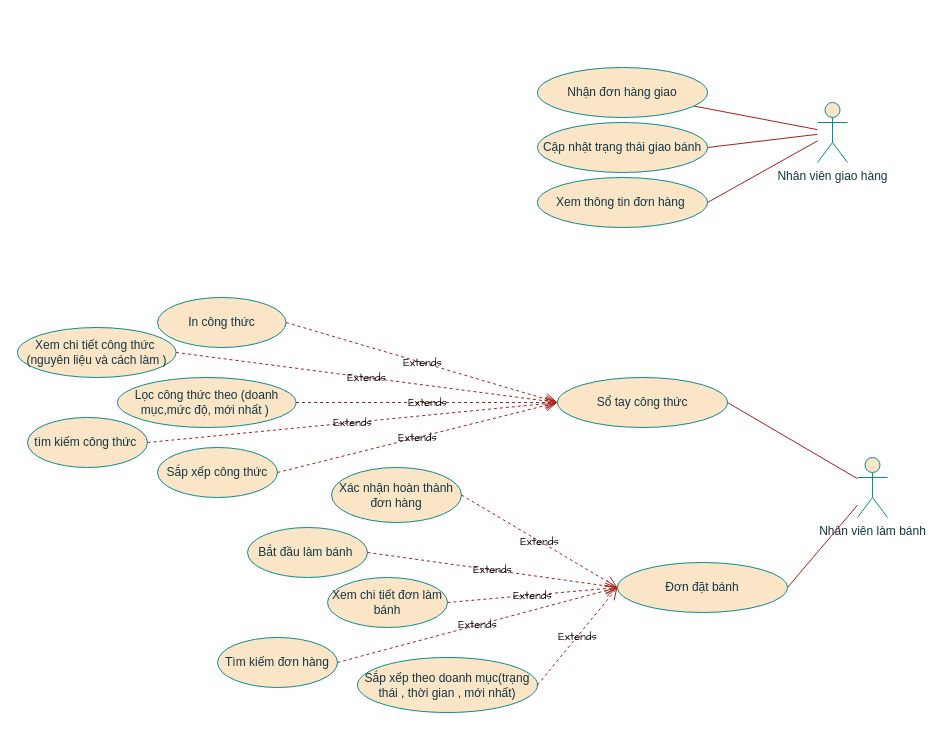
This is page "Nhân viên" (6 of 6) of Sơ đồ/UseCaseBakeryLuna.diagram.drawio from Thong5279/LunaBakeryDeploy, a draw.io file, before an edit. Source tidied: cells renumbered, new cells numbered last; positions are measured from the earlier drawing's top-left corner, leaving out a move shared by most shapes. Both pictures are drawn from the tidied source at 100%, with x=0, y=0 at pixel (17, 67).
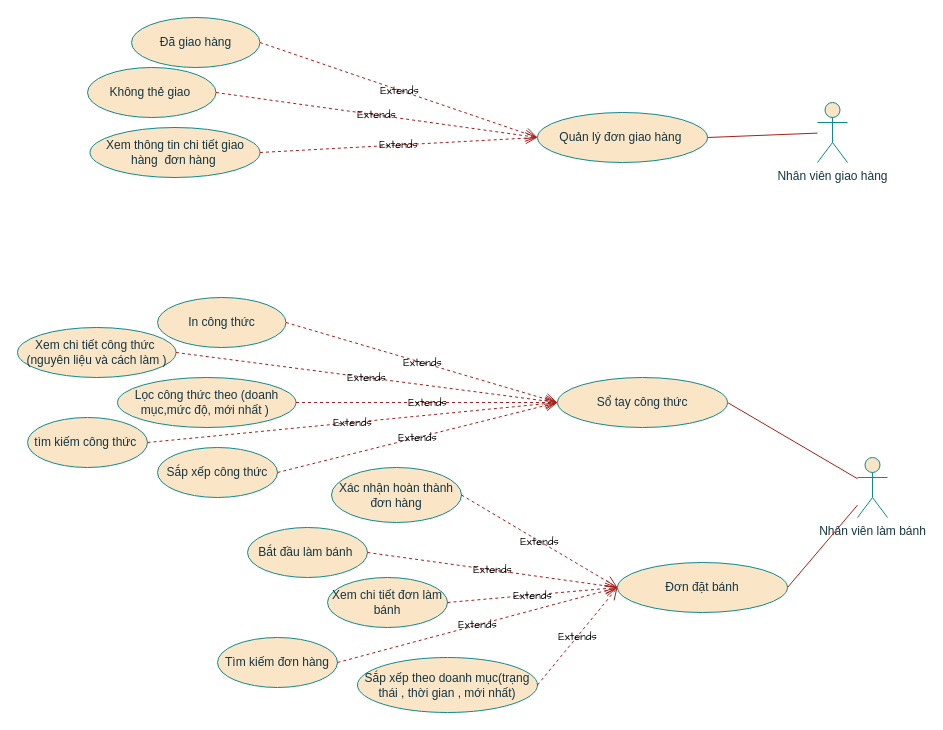
Above is the later version.

Commit message (it also covers changes not shown here):
nhân viên giao hàng 2.0

Unchanged cells that the change refers to:
```xml
<mxCell id="3" value="Nhân viên giao hàng" style="shape=umlActor;verticalLabelPosition=bottom;verticalAlign=top;html=1;labelBackgroundColor=none;fillColor=#FAE5C7;strokeColor=#0F8B8D;fontColor=#143642;" parent="1" vertex="1">
  <mxGeometry x="800" y="35" width="30" height="60" as="geometry" />
</mxCell>
```

Change to the diagram source:
```diff
@@
-    <mxCell id="6" style="endArrow=none;html=1;labelBackgroundColor=none;strokeColor=#A8201A;fontColor=default;" parent="1" edge="1" source="11" target="3">
-      <mxGeometry relative="1" as="geometry" />
-    </mxCell>
@@
-    <mxCell id="8" style="endArrow=none;html=1;exitX=1;exitY=0.5;exitDx=0;exitDy=0;labelBackgroundColor=none;strokeColor=#A8201A;fontColor=default;" parent="1" edge="1" source="10" target="3">
-      <mxGeometry relative="1" as="geometry" />
-    </mxCell>
-    <mxCell id="9" value="Cập nhật trạng thái giao bánh" style="ellipse;whiteSpace=wrap;html=1;labelBackgroundColor=none;fillColor=#FAE5C7;strokeColor=#0F8B8D;fontColor=#143642;" parent="1" vertex="1">
-      <mxGeometry x="520" y="55" width="170" height="50" as="geometry" />
+    <mxCell id="9" value="Quản lý đơn giao hàng&amp;nbsp;" style="ellipse;whiteSpace=wrap;html=1;labelBackgroundColor=none;fillColor=#FAE5C7;strokeColor=#0F8B8D;fontColor=#143642;" parent="1" vertex="1">
+      <mxGeometry x="520" y="45" width="170" height="50" as="geometry" />
     </mxCell>
-    <mxCell id="10" value="Xem thông tin đơn hàng&amp;nbsp;" style="ellipse;whiteSpace=wrap;html=1;labelBackgroundColor=none;fillColor=#FAE5C7;strokeColor=#0F8B8D;fontColor=#143642;" parent="1" vertex="1">
-      <mxGeometry x="520" y="110" width="170" height="50" as="geometry" />
+    <mxCell id="10" value="Xem thông tin chi tiết giao hàng&amp;nbsp; đơn hàng&amp;nbsp;" style="ellipse;whiteSpace=wrap;html=1;labelBackgroundColor=none;fillColor=#FAE5C7;strokeColor=#0F8B8D;fontColor=#143642;" parent="1" vertex="1">
+      <mxGeometry x="72.5" y="60" width="170" height="50" as="geometry" />
     </mxCell>
-    <mxCell id="11" value="Nhận đơn hàng giao" style="ellipse;whiteSpace=wrap;html=1;labelBackgroundColor=none;fillColor=#FAE5C7;strokeColor=#0F8B8D;fontColor=#143642;" parent="1" vertex="1">
-      <mxGeometry x="520" width="170" height="50" as="geometry" />
-    </mxCell>
@@
+    <mxCell id="34" value="Đã giao hàng" style="ellipse;whiteSpace=wrap;html=1;labelBackgroundColor=none;fillColor=#FAE5C7;strokeColor=#0F8B8D;fontColor=#143642;" parent="1" vertex="1">
+      <mxGeometry x="114" y="-50" width="128.5" height="50" as="geometry" />
+    </mxCell>
+    <mxCell id="35" value="Extends" style="endArrow=open;endSize=10;endFill=0;html=1;rounded=0;hachureGap=4;fontFamily=Architects Daughter;exitX=1;exitY=0.5;exitDx=0;exitDy=0;entryX=0;entryY=0.5;entryDx=0;entryDy=0;startFill=0;startArrow=none;labelBackgroundColor=none;strokeColor=#A8201A;fontColor=default;dashed=1;" parent="1" edge="1" source="34" target="9">
+      <mxGeometry relative="1" as="geometry" />
+    </mxCell>
+    <mxCell id="36" value="Không thẻ giao&amp;nbsp;" style="ellipse;whiteSpace=wrap;html=1;labelBackgroundColor=none;fillColor=#FAE5C7;strokeColor=#0F8B8D;fontColor=#143642;" parent="1" vertex="1">
+      <mxGeometry x="70" width="128.5" height="50" as="geometry" />
+    </mxCell>
+    <mxCell id="37" value="Extends" style="endArrow=open;endSize=10;endFill=0;html=1;rounded=0;hachureGap=4;fontFamily=Architects Daughter;exitX=1;exitY=0.5;exitDx=0;exitDy=0;entryX=0;entryY=0.5;entryDx=0;entryDy=0;startFill=0;startArrow=none;labelBackgroundColor=none;strokeColor=#A8201A;fontColor=default;dashed=1;" parent="1" edge="1" source="36" target="9">
+      <mxGeometry relative="1" as="geometry" />
+    </mxCell>
+    <mxCell id="38" value="Extends" style="endArrow=open;endSize=10;endFill=0;html=1;rounded=0;hachureGap=4;fontFamily=Architects Daughter;exitX=1;exitY=0.5;exitDx=0;exitDy=0;entryX=0;entryY=0.5;entryDx=0;entryDy=0;startFill=0;startArrow=none;labelBackgroundColor=none;strokeColor=#A8201A;fontColor=default;dashed=1;" parent="1" edge="1" source="10" target="9">
+      <mxGeometry relative="1" as="geometry" />
+    </mxCell>
```
